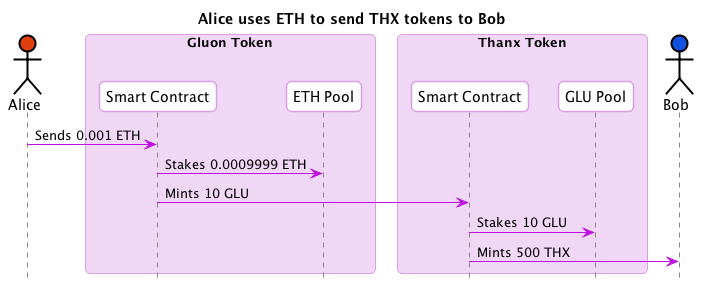
Earlier version of the PlantUML export flows/a-eth-to-thx-b.png (gluon-project/gluon-specs).
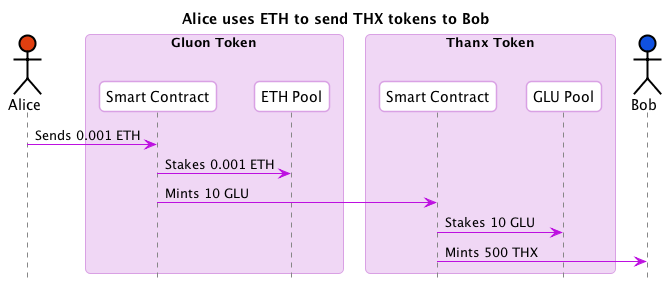
The same diagram one commit later.

What changed in the source:
```diff
@@ -39,7 +39,7 @@
 actor Bob #1051E0
 
 Alice -> GluonSC : Sends 0.001 ETH
-GluonSC -> ETHPool : Stakes 0.0009999 ETH
+GluonSC -> ETHPool : Stakes 0.001 ETH
 GluonSC -> ThanxSC : Mints 10 GLU
 ThanxSC -> THXGLUPool : Stakes 10 GLU
 ThanxSC -> Bob : Mints 500 THX
```
